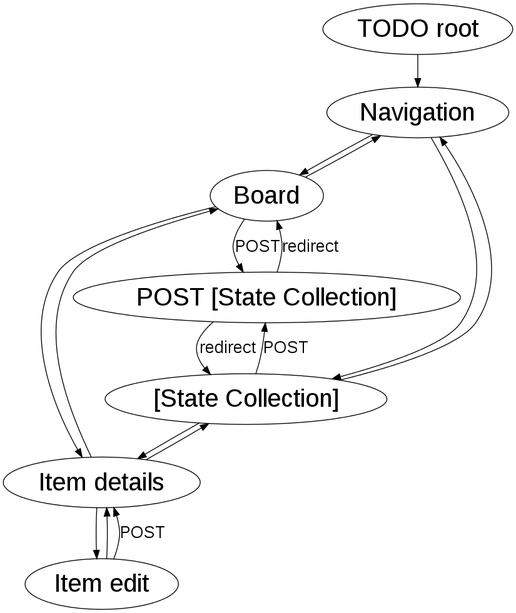
gustafnk/HTML-Hypermedia-APIs-and-Adaptive-Web-Design keeps this Graphviz diagram as graphs/third_center_state_transitions.png. Above is the earlier version. Its source is kept beside it as graphs/third_center_state_transitions.dot. The source it was exported from:
```dot
digraph application {
  graph [fontname = "Liberation Sans"];
  edge [fontname = "Liberation Sans", fontsize = 20];
  node [fontname = "Liberation Sans", fontsize = 30];

/*
  "Backlog" [color="#cccccc", style="filled"];
  "Working" [color="#cccccc", style="filled"];
  "Verify" [color="#cccccc", style="filled"];
  "Done" [color="#cccccc", style="filled"];

  "Board" -> "Backlog" [color=red];
  "Board" -> "Working";
  "Board" -> "Verify";
  "Board" -> "Done";
*/

  "TODO root" -> "Navigation";

  "Board" -> "Navigation";
  "[State Collection]" -> "Navigation";

  "Navigation" -> "Board";
  "Navigation" -> "[State Collection]";

  "Board" -> "Item details";
  "[State Collection]" -> "Item details";

  "Item details" -> "Board";
  "Item details" -> "[State Collection]";

  "Item details" -> "Item edit"
  "Item edit" -> "Item details"
  "Item edit" -> "Item details" [label=POST]

  "[State Collection]" -> "POST [State Collection]" [label=POST]
  "Board" -> "POST [State Collection]" [label=POST]

  "POST [State Collection]" -> "[State Collection]" [label=redirect]
  "POST [State Collection]" -> "Board" [label=redirect]
/*
  "Backlog" -> "Working" // [label=Move color=red];
  "Working" -> "Backlog" // [label=Move color=red];
  "Working" -> "Verify" // [label=Move color=red];
  "Verify" -> "Working" // [label=Move color=red];
  "Verify" -> "Done" // [label=Move color=red];
  "Done" -> "Working" // [label=Move color=red];
  */
}
```
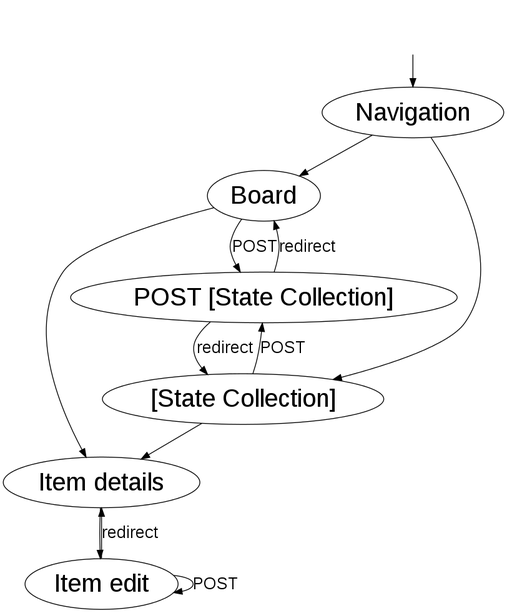
Above is the later version.

Change to the diagram source:
```diff
@@ -15,10 +15,13 @@
   "Board" -> "Done";
 */
 
-  "TODO root" -> "Navigation";
+  _nil            [style="invis"];
+  _nil -> "Navigation"   [label=""];
 
+  /*
   "Board" -> "Navigation";
   "[State Collection]" -> "Navigation";
+  */
 
   "Navigation" -> "Board";
   "Navigation" -> "[State Collection]";
@@ -26,12 +29,14 @@
   "Board" -> "Item details";
   "[State Collection]" -> "Item details";
 
+  /*
   "Item details" -> "Board";
   "Item details" -> "[State Collection]";
+  */
 
   "Item details" -> "Item edit"
-  "Item edit" -> "Item details"
-  "Item edit" -> "Item details" [label=POST]
+  "Item edit" -> "Item details" [label=redirect]
+  "Item edit" -> "Item edit" [label=POST]
 
   "[State Collection]" -> "POST [State Collection]" [label=POST]
   "Board" -> "POST [State Collection]" [label=POST]
```
